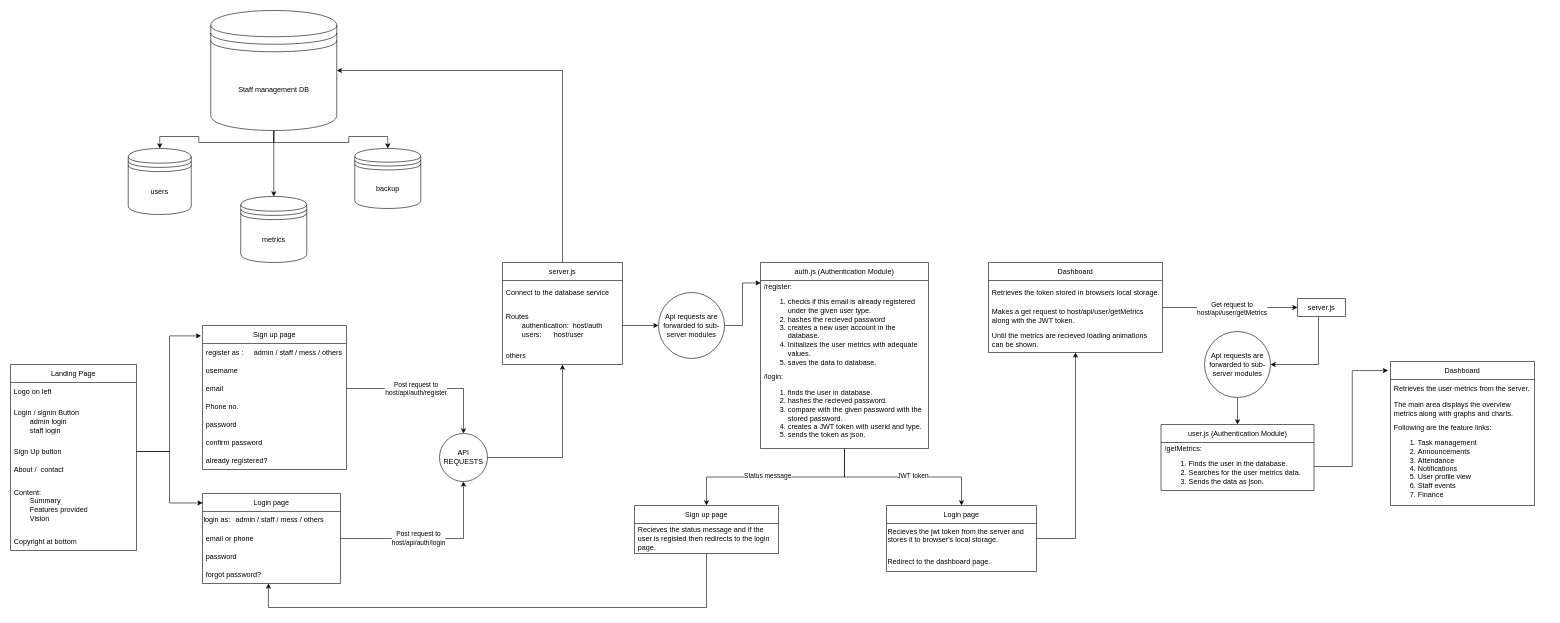
piyushk77/epics_project_23_backend_division keeps this draw.io diagram as appSchema.drawio. Above is the earlier version. Source tidied: cells renumbered, new cells numbered last; positions are measured from the earlier drawing's top-left corner, leaving out a move shared by most shapes. Both pictures are drawn from the tidied source at 60%, with x=0, y=0 at pixel (10, 10).
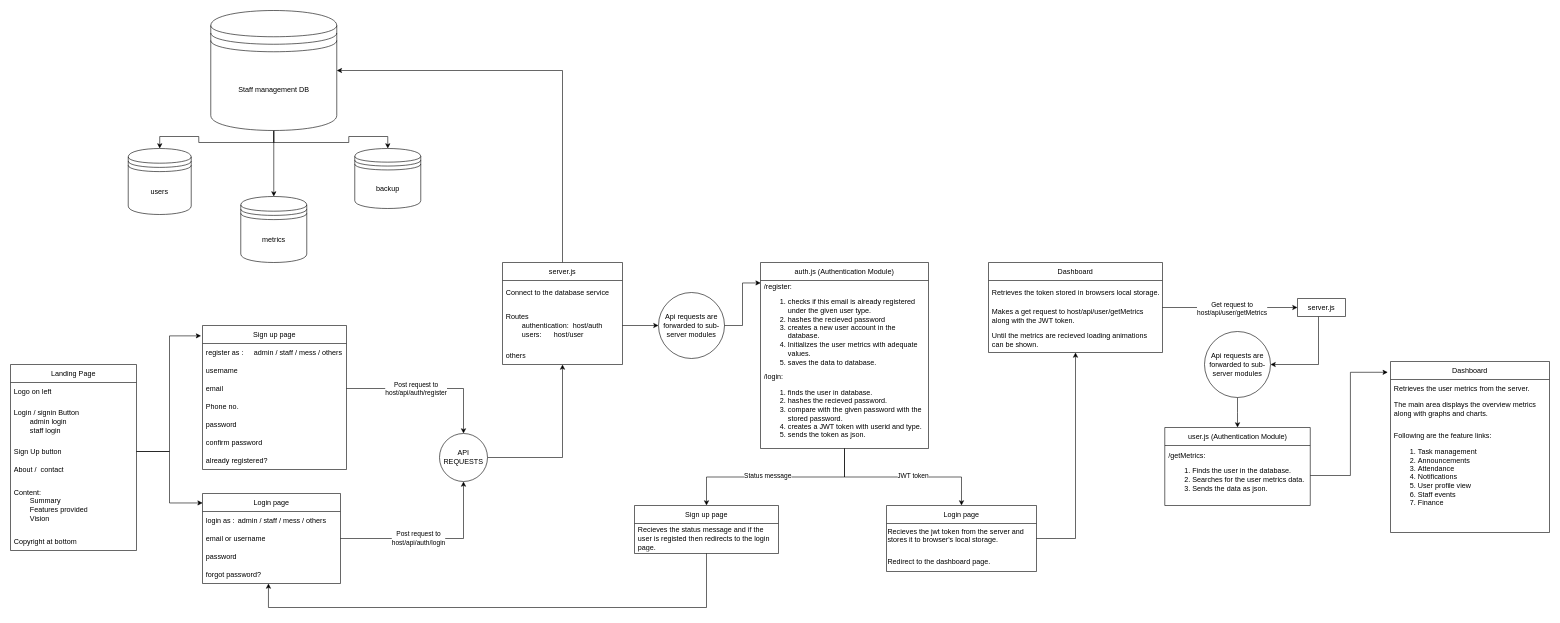
The same page after the edit.

The change refers to these unchanged cells:
```xml
<mxCell id="9" value="Login page" style="swimlane;fontStyle=0;horizontal=1;startSize=30;whiteSpace=wrap;html=1;" parent="1" vertex="1">
  <mxGeometry x="320" y="805" width="230" height="150" as="geometry" />
</mxCell>
```

The edit, as a diff of the source:
```diff
@@
-    <mxCell id="10" value="&lt;span style=&quot;color: rgb(0, 0, 0); font-family: Helvetica; font-size: 12px; font-style: normal; font-variant-ligatures: normal; font-variant-caps: normal; font-weight: 400; letter-spacing: normal; orphans: 2; text-align: left; text-indent: 0px; text-transform: none; widows: 2; word-spacing: 0px; -webkit-text-stroke-width: 0px; background-color: rgb(251, 251, 251); text-decoration-thickness: initial; text-decoration-style: initial; text-decoration-color: initial; float: none; display: inline !important;&quot;&gt;login as: &lt;span style=&quot;white-space: pre;&quot;&gt;&#9;&lt;/span&gt;admin / staff / mess / others&lt;/span&gt;" style="text;whiteSpace=wrap;html=1;" parent="9" vertex="1">
-      <mxGeometry y="30" width="230" height="30" as="geometry" />
-    </mxCell>
+    <mxCell id="76" value="login as :&lt;span style=&quot;white-space: pre;&quot;&gt;&#9;&lt;/span&gt;admin / staff / mess / others" style="text;strokeColor=none;fillColor=none;align=left;verticalAlign=middle;spacingLeft=4;spacingRight=4;overflow=hidden;whiteSpace=wrap;html=1;" parent="9" vertex="1">
+      <mxGeometry y="30" width="230" height="30" as="geometry" />
+    </mxCell>
-    <mxCell id="11" value="email or phone" style="text;strokeColor=none;fillColor=none;align=left;verticalAlign=middle;spacingLeft=4;spacingRight=4;overflow=hidden;points=[[0,0.5],[1,0.5]];portConstraint=eastwest;whiteSpace=wrap;html=1;" parent="9" vertex="1">
+    <mxCell id="11" value="email or username" style="text;strokeColor=none;fillColor=none;align=left;verticalAlign=middle;spacingLeft=4;spacingRight=4;overflow=hidden;points=[[0,0.5],[1,0.5]];portConstraint=eastwest;whiteSpace=wrap;html=1;" parent="9" vertex="1">
       <mxGeometry y="60" width="230" height="30" as="geometry" />
     </mxCell>
@@
     <mxCell id="67" value="user.js (Authentication Module)" style="swimlane;fontStyle=0;horizontal=1;startSize=30;whiteSpace=wrap;html=1;" parent="1" vertex="1">
-      <mxGeometry x="1917.5" y="690" width="255" height="110" as="geometry" />
+      <mxGeometry x="1923.8" y="695" width="242.5" height="130" as="geometry" />
     </mxCell>
     <mxCell id="68" value="/getMetrics:&amp;nbsp;&lt;br&gt;&lt;ol&gt;&lt;li&gt;Finds the user in the database.&lt;/li&gt;&lt;li&gt;Searches for the user metrics data.&lt;/li&gt;&lt;li&gt;Sends the data as json.&lt;/li&gt;&lt;/ol&gt;" style="text;strokeColor=none;fillColor=none;align=left;verticalAlign=middle;spacingLeft=4;spacingRight=4;overflow=hidden;points=[[0,0.5],[1,0.5]];portConstraint=eastwest;whiteSpace=wrap;html=1;" parent="67" vertex="1">
-      <mxGeometry y="30" width="255" height="80" as="geometry" />
+      <mxGeometry y="30" width="242.5" height="100" as="geometry" />
     </mxCell>
     <mxCell id="69" value="Dashboard" style="swimlane;fontStyle=0;horizontal=1;startSize=30;whiteSpace=wrap;html=1;" parent="1" vertex="1">
-      <mxGeometry x="2300" y="585" width="240" height="240" as="geometry" />
+      <mxGeometry x="2300" y="585" width="265" height="285" as="geometry" />
     </mxCell>
     <mxCell id="70" value="Retrieves the user metrics from the server." style="text;strokeColor=none;fillColor=none;align=left;verticalAlign=middle;spacingLeft=4;spacingRight=4;overflow=hidden;whiteSpace=wrap;html=1;" parent="69" vertex="1">
-      <mxGeometry y="30" width="240" height="30" as="geometry" />
+      <mxGeometry y="30" width="265" height="30" as="geometry" />
     </mxCell>
     <mxCell id="71" value="The main area displays the overview metrics along with graphs and charts." style="text;strokeColor=none;fillColor=none;align=left;verticalAlign=middle;spacingLeft=4;spacingRight=4;overflow=hidden;whiteSpace=wrap;html=1;" parent="69" vertex="1">
-      <mxGeometry y="60" width="240" height="40" as="geometry" />
+      <mxGeometry y="60" width="265" height="40" as="geometry" />
     </mxCell>
-    <mxCell id="72" value="Following are the feature links:&lt;br&gt;&lt;ol&gt;&lt;li&gt;Task management&lt;/li&gt;&lt;li&gt;Announcements&lt;br&gt;&lt;/li&gt;&lt;li&gt;Attendance&lt;/li&gt;&lt;li&gt;Notifications&lt;/li&gt;&lt;li&gt;User profile view&lt;/li&gt;&lt;li&gt;Staff events&lt;/li&gt;&lt;li&gt;Finance&lt;/li&gt;&lt;/ol&gt;" style="text;strokeColor=none;fillColor=none;align=left;verticalAlign=middle;spacingLeft=4;spacingRight=4;overflow=hidden;whiteSpace=wrap;html=1;" parent="69" vertex="1">
-      <mxGeometry y="100" width="240" height="140" as="geometry" />
+    <mxCell id="72" value="Following are the feature links:&lt;br&gt;&lt;ol&gt;&lt;li&gt;Task management&lt;/li&gt;&lt;li&gt;Announcements&lt;br&gt;&lt;/li&gt;&lt;li&gt;Attendance&lt;/li&gt;&lt;li&gt;Notifications&lt;/li&gt;&lt;li&gt;User profile view&lt;/li&gt;&lt;li&gt;Staff events&lt;/li&gt;&lt;li&gt;Finance&lt;/li&gt;&lt;/ol&gt;&lt;div&gt;&lt;br&gt;&lt;/div&gt;" style="text;strokeColor=none;fillColor=none;align=left;verticalAlign=middle;spacingLeft=4;spacingRight=4;overflow=hidden;whiteSpace=wrap;html=1;" parent="69" vertex="1">
+      <mxGeometry y="100" width="265" height="185" as="geometry" />
     </mxCell>
```
